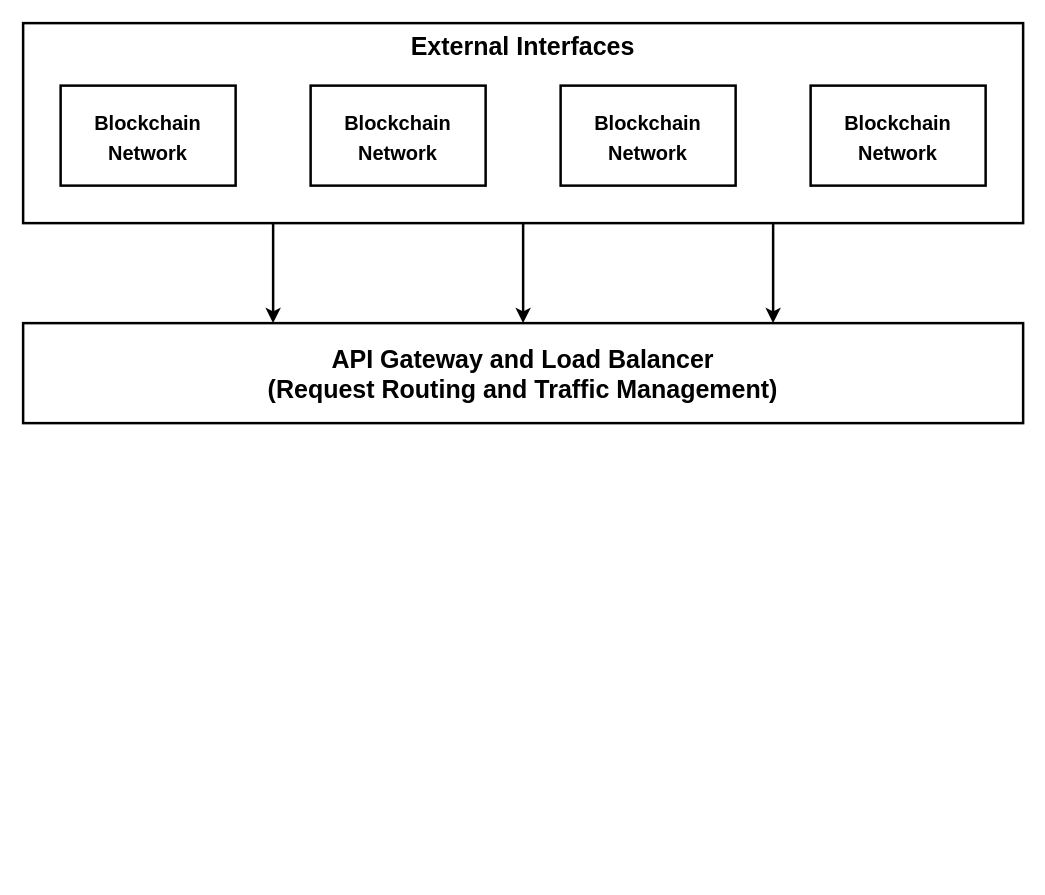
The draw.io diagram ML Chain 2.drawio in vinayak-k24/DrawIO, before the edit. Source tidied: cells renumbered, new cells numbered last; positions are measured from the earlier drawing's top-left corner, leaving out a move shared by most shapes. Both pictures are drawn from the tidied source at 125%, with x=0, y=0 at pixel (22, 22).
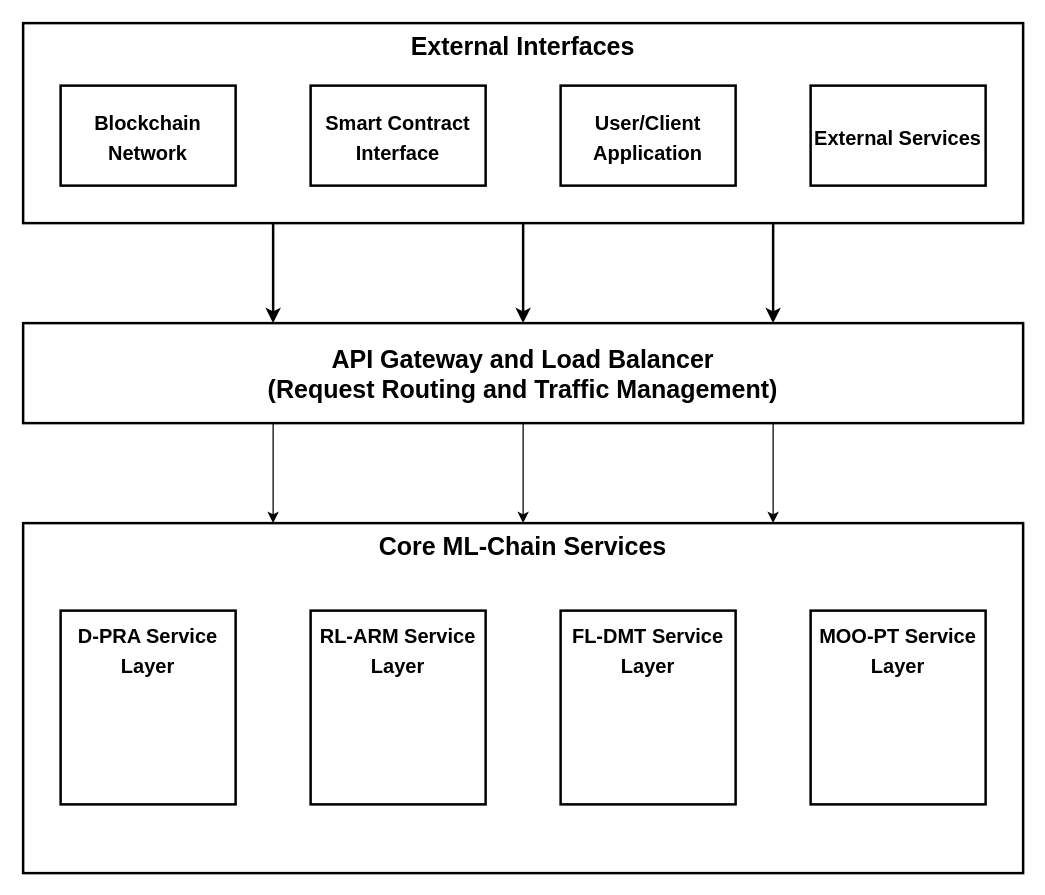
The same page after the edit.

Change to the diagram source:
```diff
@@
 <mxGraphModel>
   <root>
     <mxCell id="0" />
     <mxCell id="1" parent="0" />
     <mxCell id="2" style="edgeStyle=orthogonalEdgeStyle;rounded=0;jettySize=auto;html=1;exitX=0.5;exitY=1;exitDx=0;exitDy=0;strokeWidth=2;" parent="1" edge="1" source="5" target="10">
       <mxGeometry relative="1" as="geometry" />
     </mxCell>
     <mxCell id="3" style="edgeStyle=orthogonalEdgeStyle;rounded=0;jettySize=auto;html=1;exitX=0.75;exitY=1;exitDx=0;exitDy=0;entryX=0.75;entryY=0;entryDx=0;entryDy=0;strokeWidth=2;" parent="1" edge="1" source="5" target="10">
       <mxGeometry relative="1" as="geometry" />
     </mxCell>
     <mxCell id="4" style="edgeStyle=orthogonalEdgeStyle;rounded=0;jettySize=auto;html=1;exitX=0.25;exitY=1;exitDx=0;exitDy=0;entryX=0.25;entryY=0;entryDx=0;entryDy=0;strokeWidth=2;" parent="1" edge="1" source="5" target="10">
       <mxGeometry relative="1" as="geometry" />
     </mxCell>
     <mxCell id="5" value="External Interfaces" style="rounded=0;whiteSpace=wrap;html=1;fontSize=20;fontStyle=1;verticalAlign=top;strokeWidth=2;labelBorderColor=none;textShadow=0;glass=0;shadow=0;" parent="1" vertex="1">
       <mxGeometry width="800" height="160" as="geometry" />
     </mxCell>
     <mxCell id="6" value="&lt;font style=&quot;font-size: 16px;&quot;&gt;Blockchain Network&lt;/font&gt;" style="rounded=0;whiteSpace=wrap;html=1;fontSize=20;fontStyle=1;shadow=0;glass=0;strokeWidth=2;" parent="1" vertex="1">
       <mxGeometry x="30" y="50" width="140" height="80" as="geometry" />
     </mxCell>
-    <mxCell id="7" value="&lt;font style=&quot;font-size: 16px;&quot;&gt;Blockchain Network&lt;/font&gt;" style="rounded=0;whiteSpace=wrap;html=1;fontSize=20;fontStyle=1;shadow=0;glass=0;strokeWidth=2;" parent="1" vertex="1">
+    <mxCell id="7" value="&lt;font style=&quot;font-size: 16px;&quot;&gt;Smart Contract Interface&lt;/font&gt;" style="rounded=0;whiteSpace=wrap;html=1;fontSize=20;fontStyle=1;shadow=0;glass=0;strokeWidth=2;" parent="1" vertex="1">
       <mxGeometry x="230" y="50" width="140" height="80" as="geometry" />
     </mxCell>
-    <mxCell id="8" value="&lt;font style=&quot;font-size: 16px;&quot;&gt;Blockchain Network&lt;/font&gt;" style="rounded=0;whiteSpace=wrap;html=1;fontSize=20;fontStyle=1;shadow=0;glass=0;strokeWidth=2;" parent="1" vertex="1">
+    <mxCell id="8" value="&lt;font style=&quot;font-size: 16px;&quot;&gt;User/Client Application&lt;/font&gt;" style="rounded=0;whiteSpace=wrap;html=1;fontSize=20;fontStyle=1;shadow=0;glass=0;strokeWidth=2;" parent="1" vertex="1">
       <mxGeometry x="430" y="50" width="140" height="80" as="geometry" />
     </mxCell>
-    <mxCell id="9" value="&lt;font style=&quot;font-size: 16px;&quot;&gt;Blockchain Network&lt;/font&gt;" style="rounded=0;whiteSpace=wrap;html=1;fontSize=20;fontStyle=1;shadow=0;glass=0;strokeWidth=2;" parent="1" vertex="1">
+    <mxCell id="9" value="&lt;font style=&quot;font-size: 16px;&quot;&gt;External Services&lt;/font&gt;" style="rounded=0;whiteSpace=wrap;html=1;fontSize=20;fontStyle=1;shadow=0;glass=0;strokeWidth=2;" parent="1" vertex="1">
       <mxGeometry x="630" y="50" width="140" height="80" as="geometry" />
     </mxCell>
+    <mxCell id="11" style="edgeStyle=orthogonalEdgeStyle;rounded=0;jettySize=auto;html=1;exitX=0.25;exitY=1;exitDx=0;exitDy=0;entryX=0.25;entryY=0;entryDx=0;entryDy=0;" parent="1" edge="1" source="10" target="14">
+      <mxGeometry relative="1" as="geometry" />
+    </mxCell>
+    <mxCell id="12" style="edgeStyle=orthogonalEdgeStyle;rounded=0;jettySize=auto;html=1;exitX=0.5;exitY=1;exitDx=0;exitDy=0;entryX=0.5;entryY=0;entryDx=0;entryDy=0;" parent="1" edge="1" source="10" target="14">
+      <mxGeometry relative="1" as="geometry" />
+    </mxCell>
+    <mxCell id="13" style="edgeStyle=orthogonalEdgeStyle;rounded=0;jettySize=auto;html=1;exitX=0.75;exitY=1;exitDx=0;exitDy=0;entryX=0.75;entryY=0;entryDx=0;entryDy=0;" parent="1" edge="1" source="10" target="14">
+      <mxGeometry relative="1" as="geometry" />
+    </mxCell>
     <mxCell id="10" value="API Gateway and Load Balancer&lt;br&gt;(Request Routing and Traffic Management)" style="rounded=0;whiteSpace=wrap;html=1;fontSize=20;fontStyle=1;verticalAlign=middle;strokeWidth=2;labelPosition=center;verticalLabelPosition=middle;align=center;labelBackgroundColor=none;labelBorderColor=none;textShadow=0;" parent="1" vertex="1">
       <mxGeometry y="240" width="800" height="80" as="geometry" />
     </mxCell>
+    <mxCell id="14" value="Core ML-Chain Services" style="rounded=0;whiteSpace=wrap;html=1;fontSize=20;fontStyle=1;verticalAlign=top;strokeWidth=2;labelPosition=center;verticalLabelPosition=middle;align=center;labelBackgroundColor=none;labelBorderColor=none;textShadow=0;" parent="1" vertex="1">
+      <mxGeometry y="400" width="800" height="280" as="geometry" />
+    </mxCell>
+    <mxCell id="15" value="&lt;font style=&quot;font-size: 16px;&quot;&gt;D-PRA Service Layer&lt;/font&gt;" style="rounded=0;whiteSpace=wrap;html=1;fontSize=20;fontStyle=1;shadow=0;glass=0;strokeWidth=2;verticalAlign=top;" parent="1" vertex="1">
+      <mxGeometry x="30" y="470" width="140" height="155" as="geometry" />
+    </mxCell>
+    <mxCell id="16" value="&lt;font style=&quot;font-size: 16px;&quot;&gt;RL-ARM Service Layer&lt;/font&gt;" style="rounded=0;whiteSpace=wrap;html=1;fontSize=20;fontStyle=1;shadow=0;glass=0;strokeWidth=2;verticalAlign=top;" parent="1" vertex="1">
+      <mxGeometry x="230" y="470" width="140" height="155" as="geometry" />
+    </mxCell>
+    <mxCell id="17" value="&lt;font style=&quot;font-size: 16px;&quot;&gt;FL-DMT Service Layer&lt;/font&gt;" style="rounded=0;whiteSpace=wrap;html=1;fontSize=20;fontStyle=1;shadow=0;glass=0;strokeWidth=2;verticalAlign=top;" parent="1" vertex="1">
+      <mxGeometry x="430" y="470" width="140" height="155" as="geometry" />
+    </mxCell>
+    <mxCell id="18" value="&lt;font style=&quot;font-size: 16px;&quot;&gt;MOO-PT Service Layer&lt;/font&gt;" style="rounded=0;whiteSpace=wrap;html=1;fontSize=20;fontStyle=1;shadow=0;glass=0;strokeWidth=2;verticalAlign=top;" parent="1" vertex="1">
+      <mxGeometry x="630" y="470" width="140" height="155" as="geometry" />
+    </mxCell>
   </root>
 </mxGraphModel>
```
